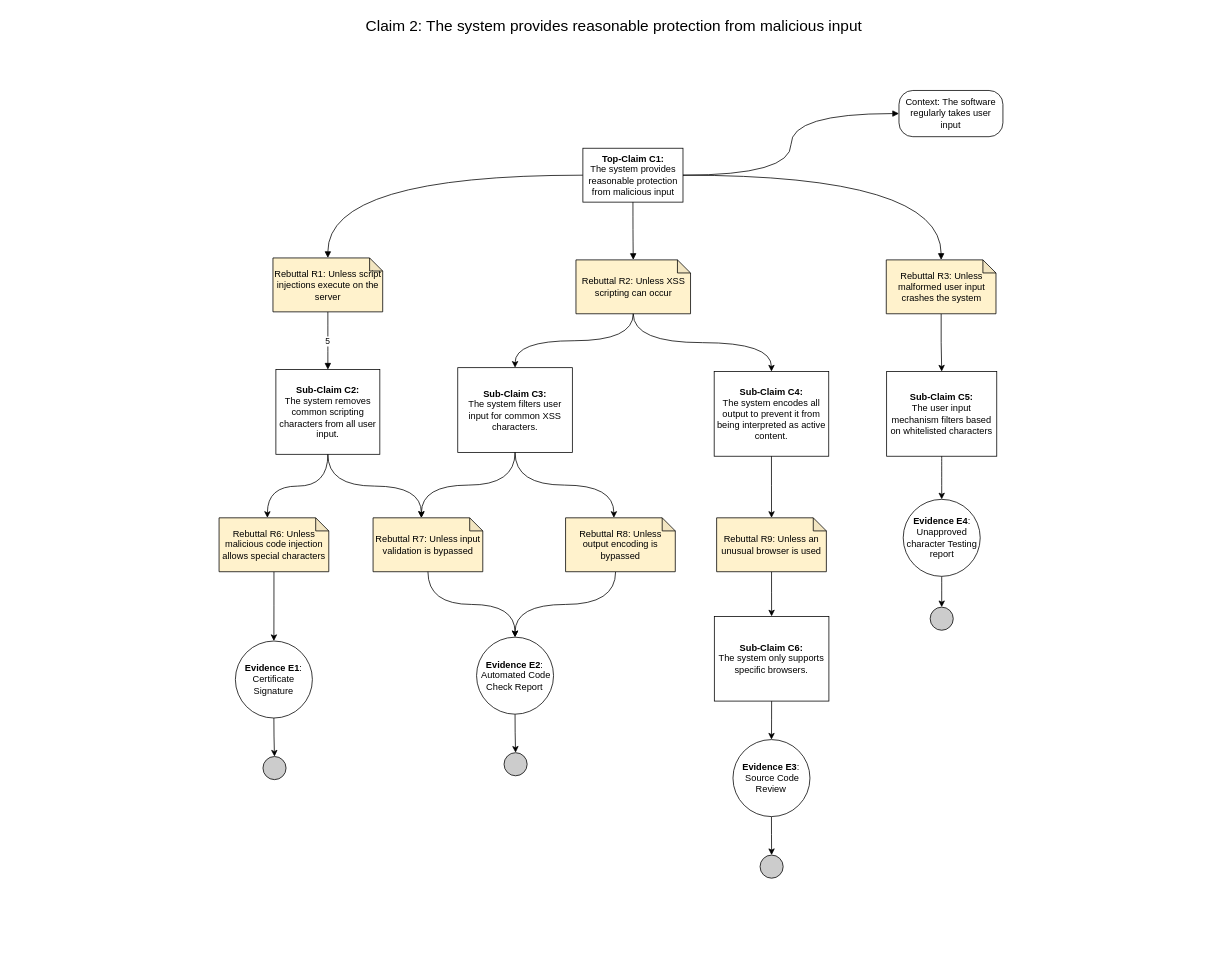
Earlier version of the draw.io diagram AssuranceCase/MaliciousInput/MaliciousInput.drawio (DoctorEww/software-assurance). Source tidied: cells renumbered, new cells numbered last; positions are measured from the earlier drawing's top-left corner, leaving out a move shared by most shapes. Both pictures are drawn from the tidied source at 77%, with x=0, y=0 at pixel (13, 13).
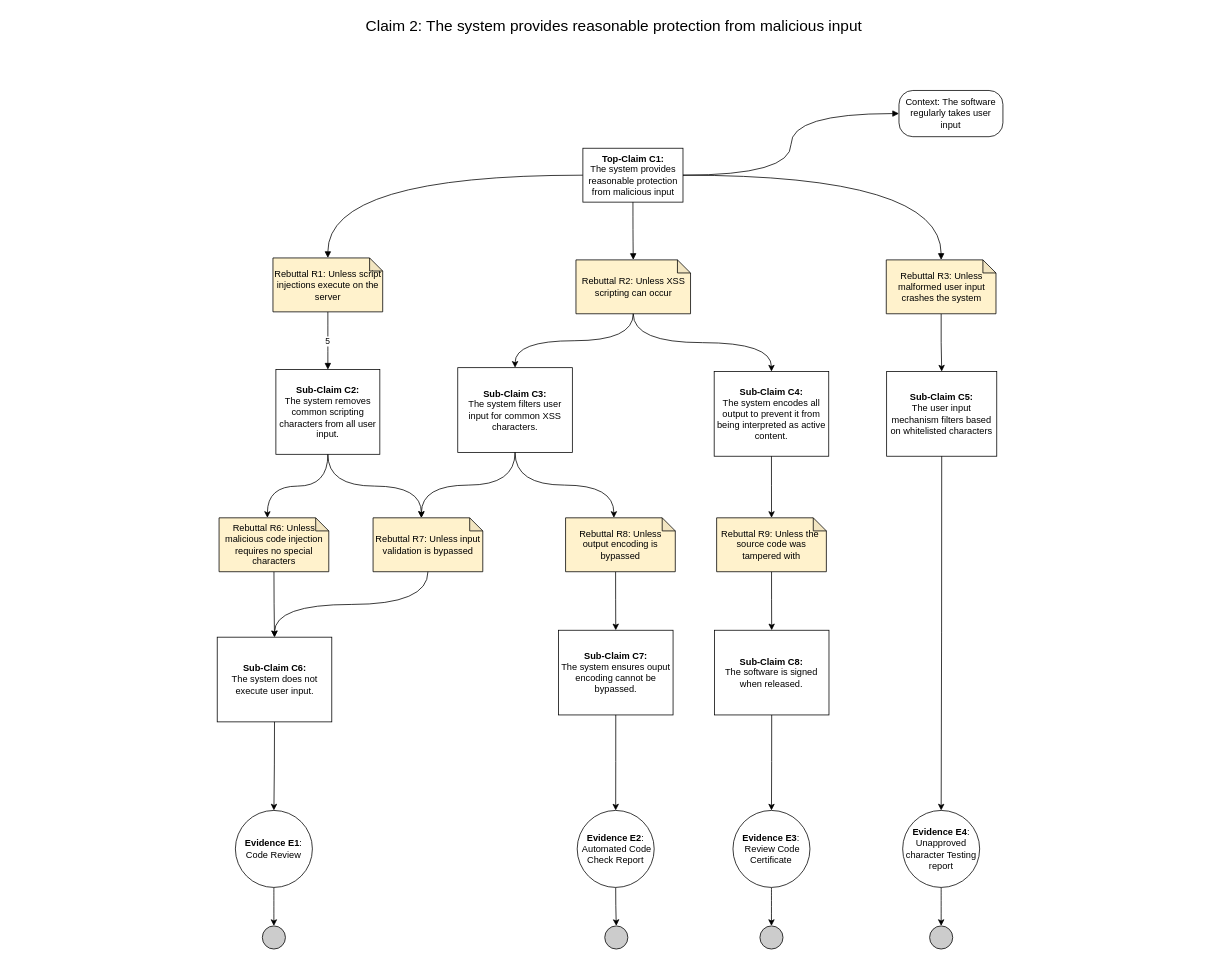
Above is the later version.

Unchanged cells that the change refers to:
```xml
<mxCell id="18" value="Rebuttal R7: Unless input validation is bypassed" style="shape=note;whiteSpace=wrap;html=1;backgroundOutline=1;darkOpacity=0.05;size=17;fillColor=#FFF2CC;" parent="1" vertex="1">
  <mxGeometry x="467" y="655" width="142.5" height="70" as="geometry" />
</mxCell>
<mxCell id="24" value="Rebuttal R8: Unless output encoding is bypassed" style="shape=note;whiteSpace=wrap;html=1;backgroundOutline=1;darkOpacity=0.05;size=17;fillColor=#FFF2CC;" parent="1" vertex="1">
  <mxGeometry x="717" y="655" width="142.5" height="70" as="geometry" />
</mxCell>
```

What changed in the source:
```diff
@@
-    <mxCell id="20" style="edgeStyle=orthogonalEdgeStyle;curved=1;rounded=0;jettySize=auto;html=1;" parent="1" edge="1" source="21" target="45">
+    <mxCell id="20" style="edgeStyle=orthogonalEdgeStyle;curved=1;rounded=0;jettySize=auto;html=1;entryX=0.5;entryY=0;entryDx=0;entryDy=0;" parent="1" edge="1" source="21" target="48">
       <mxGeometry relative="1" as="geometry" />
     </mxCell>
-    <mxCell id="21" value="Rebuttal R6: Unless malicious code injection allows special characters" style="shape=note;whiteSpace=wrap;html=1;backgroundOutline=1;darkOpacity=0.05;size=17;fillColor=#FFF2CC;" parent="1" vertex="1">
+    <mxCell id="21" value="Rebuttal R6: Unless malicious code injection requires no special characters" style="shape=note;whiteSpace=wrap;html=1;backgroundOutline=1;darkOpacity=0.05;size=17;fillColor=#FFF2CC;" parent="1" vertex="1">
       <mxGeometry x="267" y="655" width="142.5" height="70" as="geometry" />
     </mxCell>
@@
-    <mxCell id="23" style="edgeStyle=orthogonalEdgeStyle;curved=1;rounded=0;jettySize=auto;html=1;exitX=0.456;exitY=1;exitDx=0;exitDy=0;exitPerimeter=0;" parent="1" edge="1" source="24" target="41">
+    <mxCell id="23" style="edgeStyle=orthogonalEdgeStyle;curved=1;rounded=0;jettySize=auto;html=1;exitX=0.456;exitY=1;exitDx=0;exitDy=0;exitPerimeter=0;entryX=0.5;entryY=0;entryDx=0;entryDy=0;" parent="1" edge="1" source="24" target="50">
       <mxGeometry relative="1" as="geometry" />
     </mxCell>
@@
-    <mxCell id="30" value="Rebuttal R9: Unless an unusual browser is used" style="shape=note;whiteSpace=wrap;html=1;backgroundOutline=1;darkOpacity=0.05;size=17;fillColor=#FFF2CC;" parent="1" vertex="1">
+    <mxCell id="30" value="Rebuttal R9: Unless the&amp;nbsp; source code was tampered with" style="shape=note;whiteSpace=wrap;html=1;backgroundOutline=1;darkOpacity=0.05;size=17;fillColor=#FFF2CC;" parent="1" vertex="1">
       <mxGeometry x="913.2" y="655" width="142.5" height="70" as="geometry" />
     </mxCell>
@@
     <mxCell id="33" value="&lt;b&gt;Evidence E4&lt;/b&gt;:&lt;br&gt;Unapproved character Testing report" style="ellipse;whiteSpace=wrap;html=1;fillColor=#ffffff;rounded=0;" parent="1" vertex="1">
-      <mxGeometry x="1155.5" y="631" width="100" height="100" as="geometry" />
+      <mxGeometry x="1154.8" y="1035" width="100" height="100" as="geometry" />
     </mxCell>
     <mxCell id="34" style="ellipse;whiteSpace=wrap;html=1;fillColor=#CCCCCC;" parent="1" vertex="1">
-      <mxGeometry x="1190.5" y="771" width="30" height="30" as="geometry" />
+      <mxGeometry x="1189.8" y="1185" width="30" height="30" as="geometry" />
     </mxCell>
@@
-    <mxCell id="36" value="&lt;b&gt;Evidence E3&lt;/b&gt;:&lt;br&gt;&amp;nbsp;Source Code Review" style="ellipse;whiteSpace=wrap;html=1;fillColor=#ffffff;rounded=0;" parent="1" vertex="1">
-      <mxGeometry x="934.4" y="943" width="100" height="100" as="geometry" />
+    <mxCell id="36" value="&lt;b&gt;Evidence E3&lt;/b&gt;:&lt;br&gt;&amp;nbsp;Review Code Certificate" style="ellipse;whiteSpace=wrap;html=1;fillColor=#ffffff;rounded=0;" parent="1" vertex="1">
+      <mxGeometry x="934.4" y="1035" width="100" height="100" as="geometry" />
     </mxCell>
@@
-    <mxCell id="38" value="&lt;b&gt;Sub-Claim C6:&lt;br&gt;&lt;/b&gt;The system only supports specific browsers." style="rounded=0;whiteSpace=wrap;html=1;" parent="1" vertex="1">
-      <mxGeometry x="910.2" y="783" width="148.8" height="110" as="geometry" />
+    <mxCell id="38" value="&lt;b&gt;Sub-Claim C8:&lt;br&gt;&lt;/b&gt;The software is signed when released." style="rounded=0;whiteSpace=wrap;html=1;" parent="1" vertex="1">
+      <mxGeometry x="910.3" y="801" width="148.8" height="110" as="geometry" />
     </mxCell>
     <mxCell id="39" style="ellipse;whiteSpace=wrap;html=1;fillColor=#CCCCCC;" parent="1" vertex="1">
-      <mxGeometry x="969.6" y="1093" width="30" height="30" as="geometry" />
+      <mxGeometry x="969.4" y="1185" width="30" height="30" as="geometry" />
     </mxCell>
@@
     <mxCell id="41" value="&lt;b&gt;Evidence E2&lt;/b&gt;:&lt;br&gt;&amp;nbsp;Automated Code Check Report" style="ellipse;whiteSpace=wrap;html=1;fillColor=#ffffff;rounded=0;" parent="1" vertex="1">
-      <mxGeometry x="601.4" y="810" width="100" height="100" as="geometry" />
+      <mxGeometry x="732.1" y="1035" width="100" height="100" as="geometry" />
     </mxCell>
     <mxCell id="42" style="ellipse;whiteSpace=wrap;html=1;fillColor=#CCCCCC;" parent="1" vertex="1">
-      <mxGeometry x="637.1" y="960" width="30" height="30" as="geometry" />
+      <mxGeometry x="767.9" y="1185" width="30" height="30" as="geometry" />
     </mxCell>
-    <mxCell id="43" style="edgeStyle=orthogonalEdgeStyle;curved=1;rounded=0;jettySize=auto;html=1;exitX=0.5;exitY=1;exitDx=0;exitDy=0;exitPerimeter=0;entryX=0.5;entryY=0;entryDx=0;entryDy=0;" parent="1" edge="1" source="18" target="41">
+    <mxCell id="43" style="edgeStyle=orthogonalEdgeStyle;curved=1;rounded=0;jettySize=auto;html=1;exitX=0.5;exitY=1;exitDx=0;exitDy=0;exitPerimeter=0;entryX=0.5;entryY=0;entryDx=0;entryDy=0;" parent="1" edge="1" source="18" target="48">
       <mxGeometry relative="1" as="geometry" />
     </mxCell>
@@
-    <mxCell id="45" value="&lt;b&gt;Evidence E1&lt;/b&gt;:&lt;br&gt;Certificate Signature" style="ellipse;whiteSpace=wrap;html=1;fillColor=#ffffff;rounded=0;" parent="1" vertex="1">
-      <mxGeometry x="288.2" y="815" width="100" height="100" as="geometry" />
+    <mxCell id="45" value="&lt;b&gt;Evidence E1&lt;/b&gt;:&lt;br&gt;Code Review" style="ellipse;whiteSpace=wrap;html=1;fillColor=#ffffff;rounded=0;" parent="1" vertex="1">
+      <mxGeometry x="288.2" y="1035" width="100" height="100" as="geometry" />
     </mxCell>
     <mxCell id="46" style="ellipse;whiteSpace=wrap;html=1;fillColor=#CCCCCC;" parent="1" vertex="1">
-      <mxGeometry x="324" y="965" width="30" height="30" as="geometry" />
+      <mxGeometry x="323.2" y="1185" width="30" height="30" as="geometry" />
     </mxCell>
@@
+    <mxCell id="48" value="&lt;b&gt;Sub-Claim C6:&lt;br&gt;&lt;/b&gt;The system does not execute user input." style="rounded=0;whiteSpace=wrap;html=1;" parent="1" vertex="1">
+      <mxGeometry x="264.6" y="810" width="148.8" height="110" as="geometry" />
+    </mxCell>
+    <mxCell id="49" style="edgeStyle=orthogonalEdgeStyle;curved=1;rounded=0;jettySize=auto;html=1;entryX=0.5;entryY=0;entryDx=0;entryDy=0;exitX=0.5;exitY=1;exitDx=0;exitDy=0;" parent="1" edge="1" source="48" target="45">
+      <mxGeometry relative="1" as="geometry" />
+    </mxCell>
+    <mxCell id="50" value="&lt;b&gt;Sub-Claim C7:&lt;br&gt;&lt;/b&gt;The system ensures ouput encoding cannot be bypassed." style="rounded=0;whiteSpace=wrap;html=1;" parent="1" vertex="1">
+      <mxGeometry x="707.8" y="801" width="148.8" height="110" as="geometry" />
+    </mxCell>
+    <mxCell id="51" style="edgeStyle=orthogonalEdgeStyle;curved=1;rounded=0;jettySize=auto;html=1;exitX=0.5;exitY=1;exitDx=0;exitDy=0;entryX=0.5;entryY=0;entryDx=0;entryDy=0;" parent="1" edge="1" source="50" target="41">
+      <mxGeometry relative="1" as="geometry" />
+    </mxCell>
```
